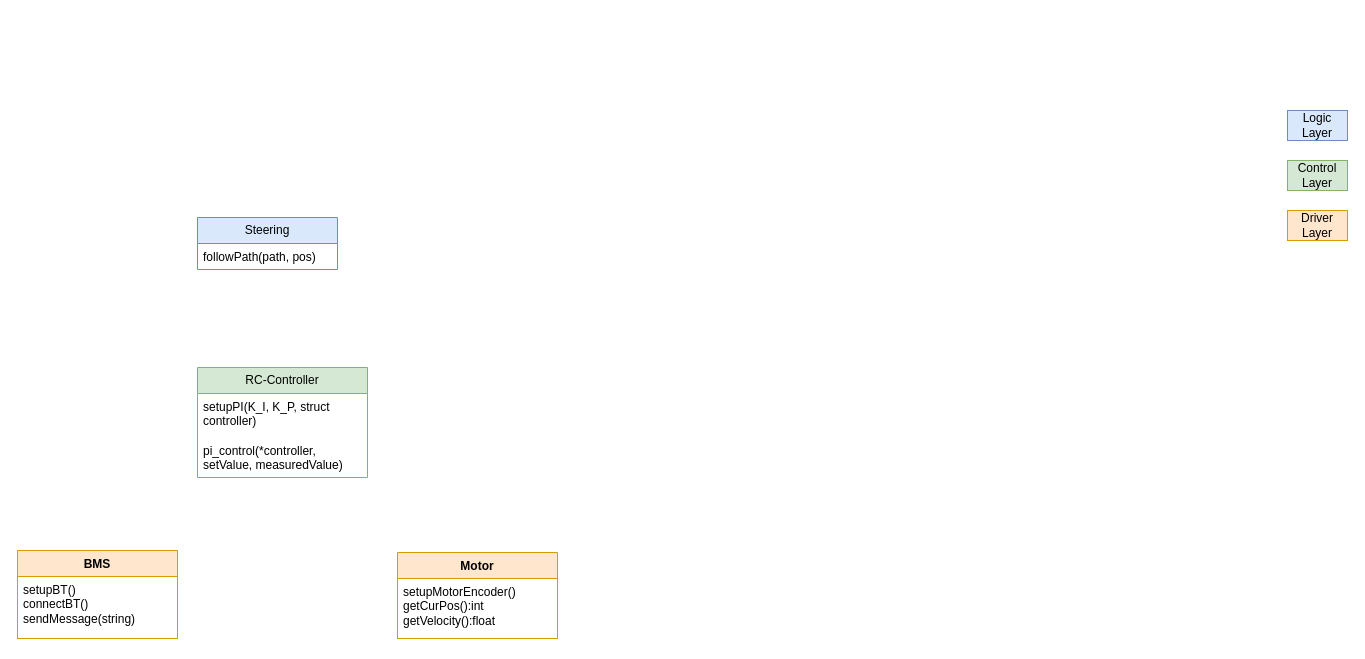
Before: software_architecutre.drawio in AminSeffo/BattleBot, a draw.io diagram. Source tidied: cells renumbered, new cells numbered last; positions are measured from the earlier drawing's top-left corner, leaving out a move shared by most shapes. Both pictures are drawn from the tidied source at 100%, with x=0, y=0 at pixel (17, 110).
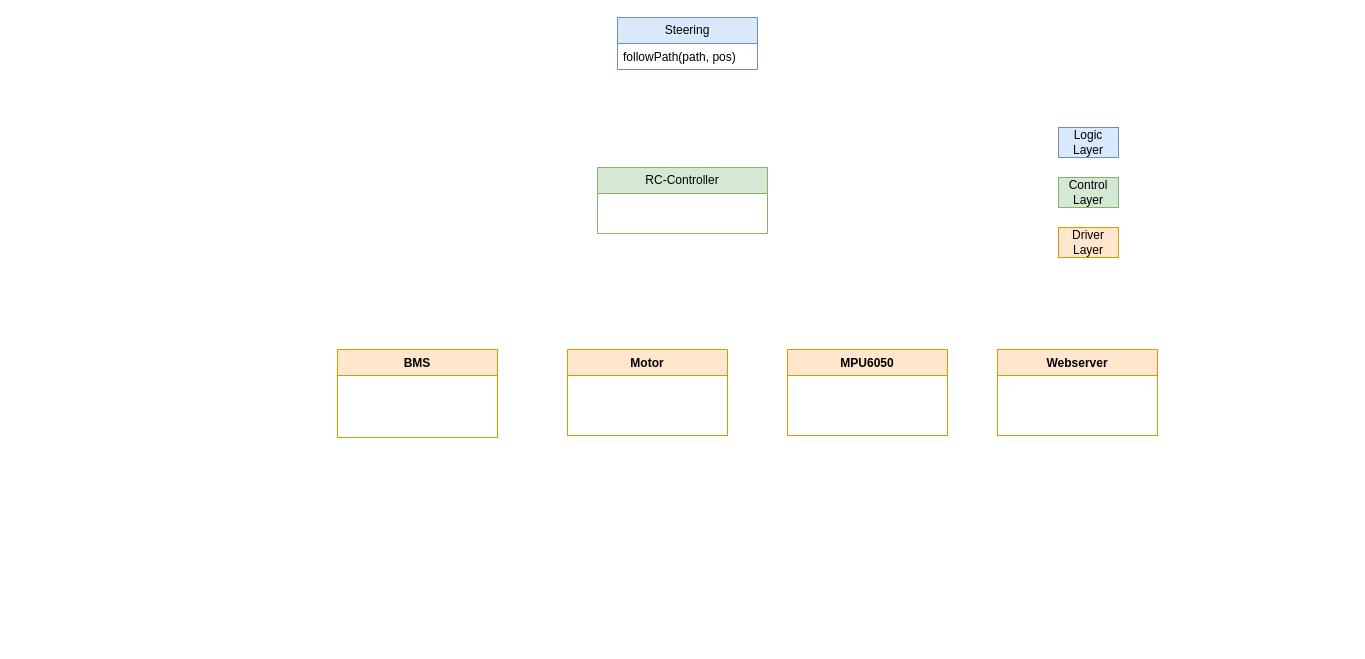
The same page after the edit.

Change to the diagram source:
```diff
@@
 <mxGraphModel>
   <root>
     <mxCell id="0" />
     <mxCell id="1" parent="0" />
     <mxCell id="2" value="BMS" style="swimlane;fontStyle=1;align=center;verticalAlign=top;horizontal=1;startSize=26;whiteSpace=wrap;html=1;fillColor=#ffe6cc;strokeColor=#d79b00;" parent="1" vertex="1">
-      <mxGeometry y="440" width="160" height="88" as="geometry" />
+      <mxGeometry x="320" y="239" width="160" height="88" as="geometry" />
     </mxCell>
-    <mxCell id="3" value="setupBT()&lt;br&gt;connectBT()&lt;br&gt;sendMessage(string)&lt;br&gt;" style="text;strokeColor=#d79b00;fillColor=none;align=left;verticalAlign=top;spacingLeft=4;spacingRight=4;overflow=hidden;whiteSpace=wrap;html=1;" parent="2" vertex="1">
+    <mxCell id="3" style="text;strokeColor=#d79b00;fillColor=none;align=left;verticalAlign=top;spacingLeft=4;spacingRight=4;overflow=hidden;whiteSpace=wrap;html=1;" parent="2" vertex="1">
       <mxGeometry y="26" width="160" height="62" as="geometry" />
     </mxCell>
     <mxCell id="4" value="Motor" style="swimlane;fontStyle=1;align=center;verticalAlign=top;horizontal=1;startSize=26;whiteSpace=wrap;html=1;fillColor=#ffe6cc;strokeColor=#d79b00;" parent="1" vertex="1">
-      <mxGeometry x="380" y="442" width="160" height="86" as="geometry" />
+      <mxGeometry x="550" y="239" width="160" height="86" as="geometry" />
     </mxCell>
-    <mxCell id="5" value="setupMotorEncoder()&lt;br&gt;getCurPos():int&lt;br&gt;getVelocity():float&lt;br&gt;&lt;br&gt;" style="text;strokeColor=#d79b00;fillColor=none;align=left;verticalAlign=top;spacingLeft=4;spacingRight=4;overflow=hidden;whiteSpace=wrap;html=1;" parent="4" vertex="1">
+    <mxCell id="5" style="text;strokeColor=#d79b00;fillColor=none;align=left;verticalAlign=top;spacingLeft=4;spacingRight=4;overflow=hidden;whiteSpace=wrap;html=1;" parent="4" vertex="1">
       <mxGeometry y="26" width="160" height="60" as="geometry" />
     </mxCell>
     <mxCell id="6" value="RC-Controller" style="swimlane;fontStyle=0;horizontal=1;startSize=26;fillColor=#d5e8d4;whiteSpace=wrap;html=1;strokeColor=#82b366;" parent="1" vertex="1">
-      <mxGeometry x="180" y="257" width="170" height="110" as="geometry" />
+      <mxGeometry x="580" y="57" width="170" height="66" as="geometry" />
     </mxCell>
-    <mxCell id="7" value="setupPI(K_I, K_P, struct controller)" style="text;strokeColor=none;fillColor=none;align=left;verticalAlign=top;spacingLeft=4;spacingRight=4;overflow=hidden;whiteSpace=wrap;html=1;" parent="6" vertex="1">
-      <mxGeometry y="26" width="170" height="44" as="geometry" />
-    </mxCell>
-    <mxCell id="8" value="pi_control(*controller, setValue, measuredValue)" style="text;strokeColor=none;fillColor=none;align=left;verticalAlign=top;spacingLeft=4;spacingRight=4;overflow=hidden;whiteSpace=wrap;html=1;" parent="6" vertex="1">
-      <mxGeometry y="70" width="170" height="40" as="geometry" />
-    </mxCell>
     <mxCell id="9" value="Steering" style="swimlane;fontStyle=0;horizontal=1;startSize=26;fillColor=#dae8fc;whiteSpace=wrap;html=1;strokeColor=#6c8ebf;" parent="1" vertex="1">
-      <mxGeometry x="180" y="107" width="140" height="52" as="geometry" />
+      <mxGeometry x="600" y="-93" width="140" height="52" as="geometry" />
     </mxCell>
     <mxCell id="10" value="followPath(path, pos)" style="text;strokeColor=none;fillColor=none;align=left;verticalAlign=top;spacingLeft=4;spacingRight=4;overflow=hidden;whiteSpace=wrap;html=1;" parent="9" vertex="1">
       <mxGeometry y="26" width="140" height="26" as="geometry" />
     </mxCell>
     <mxCell id="11" value="Logic Layer" style="text;html=1;strokeColor=#6c8ebf;fillColor=#dae8fc;align=center;verticalAlign=middle;whiteSpace=wrap;rounded=0;" parent="1" vertex="1">
-      <mxGeometry x="1270" width="60" height="30" as="geometry" />
+      <mxGeometry x="1041" y="17" width="60" height="30" as="geometry" />
     </mxCell>
     <mxCell id="12" value="Control Layer" style="text;html=1;strokeColor=#82b366;fillColor=#d5e8d4;align=center;verticalAlign=middle;whiteSpace=wrap;rounded=0;" parent="1" vertex="1">
-      <mxGeometry x="1270" y="50" width="60" height="30" as="geometry" />
+      <mxGeometry x="1041" y="67" width="60" height="30" as="geometry" />
     </mxCell>
     <mxCell id="13" value="Driver Layer" style="text;html=1;strokeColor=#d79b00;fillColor=#ffe6cc;align=center;verticalAlign=middle;whiteSpace=wrap;rounded=0;" parent="1" vertex="1">
-      <mxGeometry x="1270" y="100" width="60" height="30" as="geometry" />
+      <mxGeometry x="1041" y="117" width="60" height="30" as="geometry" />
     </mxCell>
+    <mxCell id="14" value="MPU6050" style="swimlane;fontStyle=1;align=center;verticalAlign=top;horizontal=1;startSize=26;whiteSpace=wrap;html=1;fillColor=#ffe6cc;strokeColor=#d79b00;" parent="1" vertex="1">
+      <mxGeometry x="770" y="239" width="160" height="86" as="geometry" />
+    </mxCell>
+    <mxCell id="15" style="text;strokeColor=#d79b00;fillColor=none;align=left;verticalAlign=top;spacingLeft=4;spacingRight=4;overflow=hidden;whiteSpace=wrap;html=1;" parent="14" vertex="1">
+      <mxGeometry y="26" width="160" height="60" as="geometry" />
+    </mxCell>
+    <mxCell id="16" value="Webserver" style="swimlane;fontStyle=1;align=center;verticalAlign=top;horizontal=1;startSize=26;whiteSpace=wrap;html=1;fillColor=#ffe6cc;strokeColor=#d79b00;" parent="1" vertex="1">
+      <mxGeometry x="980" y="239" width="160" height="86" as="geometry" />
+    </mxCell>
+    <mxCell id="17" style="text;strokeColor=#d79b00;fillColor=none;align=left;verticalAlign=top;spacingLeft=4;spacingRight=4;overflow=hidden;whiteSpace=wrap;html=1;" parent="16" vertex="1">
+      <mxGeometry y="26" width="160" height="60" as="geometry" />
+    </mxCell>
   </root>
 </mxGraphModel>
```
